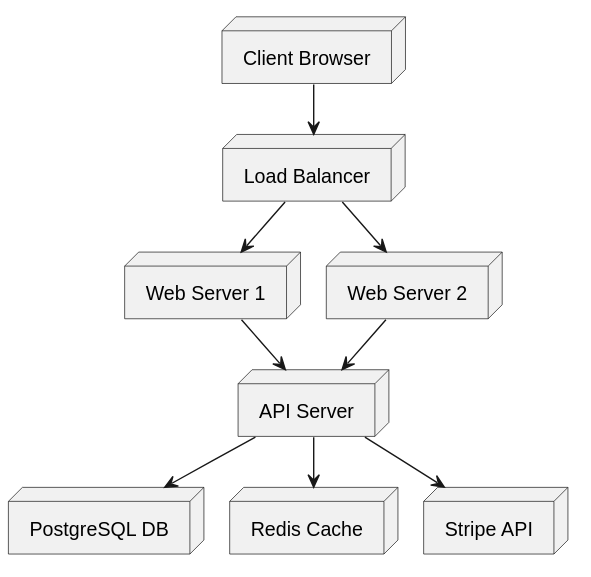
louistalvande/online_shop keeps this PlantUML diagram as architecture/diagrams/pa-deployment.svg. Above is the earlier version. Its diagram source:
```plantuml
@startuml
skinparam fontSize 8
node "Client Browser"
node "Load Balancer"
node "Web Server 1"
node "Web Server 2"
node "API Server"
node "PostgreSQL DB"
node "Redis Cache"
node "Stripe API"

"Client Browser" --> "Load Balancer"
"Load Balancer" --> "Web Server 1"
"Load Balancer" --> "Web Server 2"
"Web Server 1" --> "API Server"
"Web Server 2" --> "API Server"
"API Server" --> "PostgreSQL DB"
"API Server" --> "Redis Cache"
"API Server" --> "Stripe API"
@enduml
```
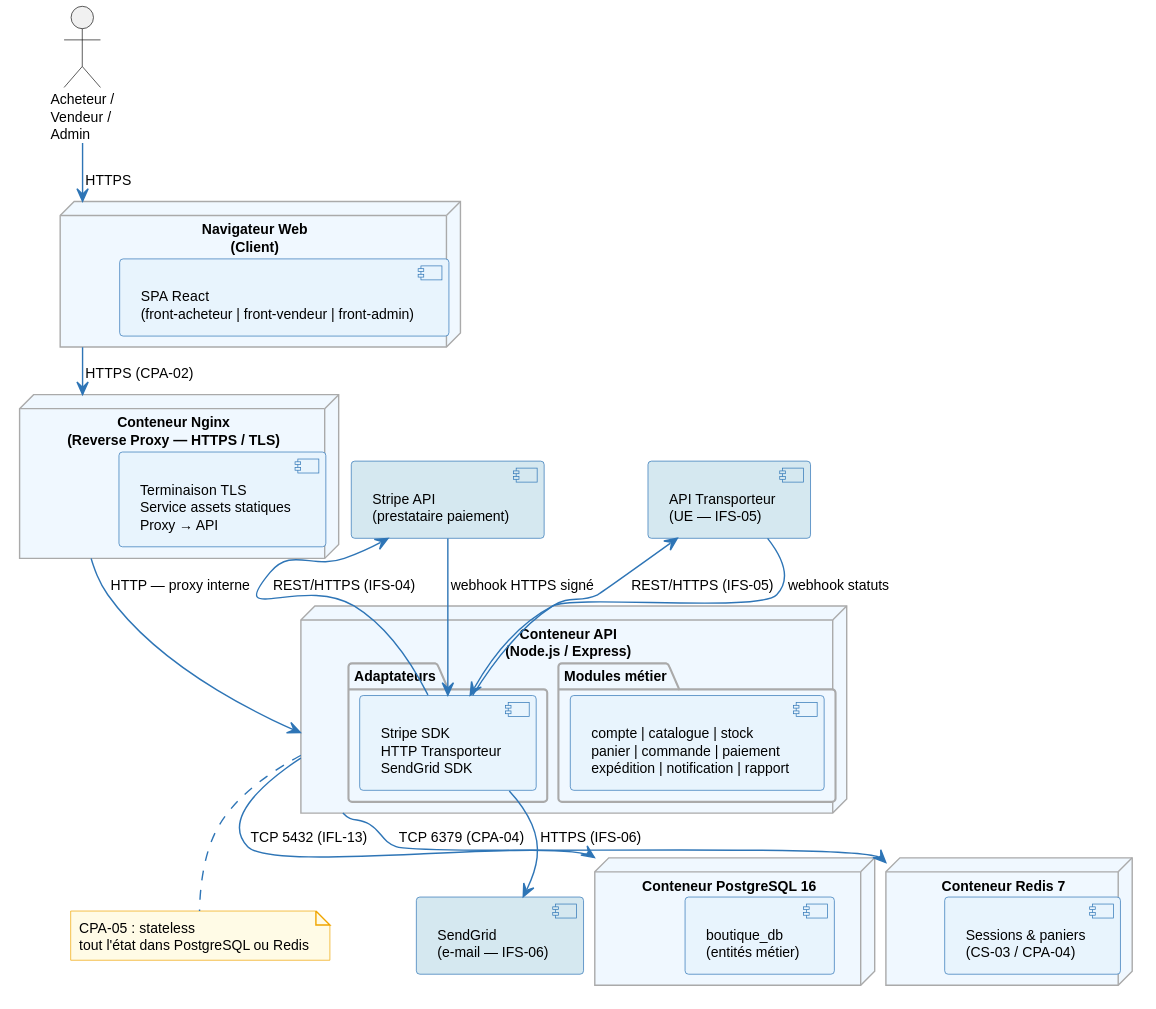
Above is the later version.

Commit message:
add physical architecture

The edit, as a diff of the source:
```diff
@@ -1,20 +1,59 @@
 @startuml
-skinparam fontSize 8
-node "Client Browser"
-node "Load Balancer"
-node "Web Server 1"
-node "Web Server 2"
-node "API Server"
-node "PostgreSQL DB"
-node "Redis Cache"
-node "Stripe API"
+skinparam nodeBackgroundColor #FEFEFE
+skinparam nodeBorderColor #2E75B6
+skinparam componentBackgroundColor #E8F4FD
+skinparam componentBorderColor #2E75B6
+skinparam arrowColor #2E75B6
+skinparam noteBackgroundColor #FFFBE6
+skinparam noteBorderColor #F0A500
+skinparam defaultFontSize 10
+skinparam packageBackgroundColor #F0F8FF
+skinparam packageBorderColor #AAAAAA
 
-"Client Browser" --> "Load Balancer"
-"Load Balancer" --> "Web Server 1"
-"Load Balancer" --> "Web Server 2"
-"Web Server 1" --> "API Server"
-"Web Server 2" --> "API Server"
-"API Server" --> "PostgreSQL DB"
-"API Server" --> "Redis Cache"
-"API Server" --> "Stripe API"
+actor "Acheteur /\nVendeur /\nAdmin" as User
+
+node "Navigateur Web\n(Client)" as Browser {
+  component "SPA React\n(front-acheteur | front-vendeur | front-admin)" as SPA
+}
+
+node "Conteneur Nginx\n(Reverse Proxy — HTTPS / TLS)" as Nginx {
+  component "Terminaison TLS\nService assets statiques\nProxy → API" as NginxComp
+}
+
+node "Conteneur API\n(Node.js / Express)" as AppServer {
+  package "Modules métier" {
+    component "compte | catalogue | stock\npanier | commande | paiement\nexpédition | notification | rapport" as Modules
+  }
+  package "Adaptateurs" {
+    component "Stripe SDK\nHTTP Transporteur\nSendGrid SDK" as Adapters
+  }
+}
+
+node "Conteneur PostgreSQL 16" as DB {
+  component "boutique_db\n(entités métier)" as PgDB
+}
+
+node "Conteneur Redis 7" as Cache {
+  component "Sessions & paniers\n(CS-03 / CPA-04)" as RedisDB
+}
+
+component "Stripe API\n(prestataire paiement)" as Stripe #D5E8F0
+component "API Transporteur\n(UE — IFS-05)" as CarrierAPI #D5E8F0
+component "SendGrid\n(e-mail — IFS-06)" as SendGrid #D5E8F0
+
+User --> Browser : HTTPS
+Browser --> Nginx : HTTPS (CPA-02)
+Nginx --> AppServer : HTTP — proxy interne
+AppServer --> DB : TCP 5432 (IFL-13)
+AppServer --> Cache : TCP 6379 (CPA-04)
+Adapters --> Stripe : REST/HTTPS (IFS-04)
+Stripe --> Adapters : webhook HTTPS signé
+Adapters --> CarrierAPI : REST/HTTPS (IFS-05)
+CarrierAPI --> Adapters : webhook statuts
+Adapters --> SendGrid : HTTPS (IFS-06)
+
+note bottom of AppServer
+  CPA-05 : stateless
+  tout l'état dans PostgreSQL ou Redis
+end note
 @enduml
```
